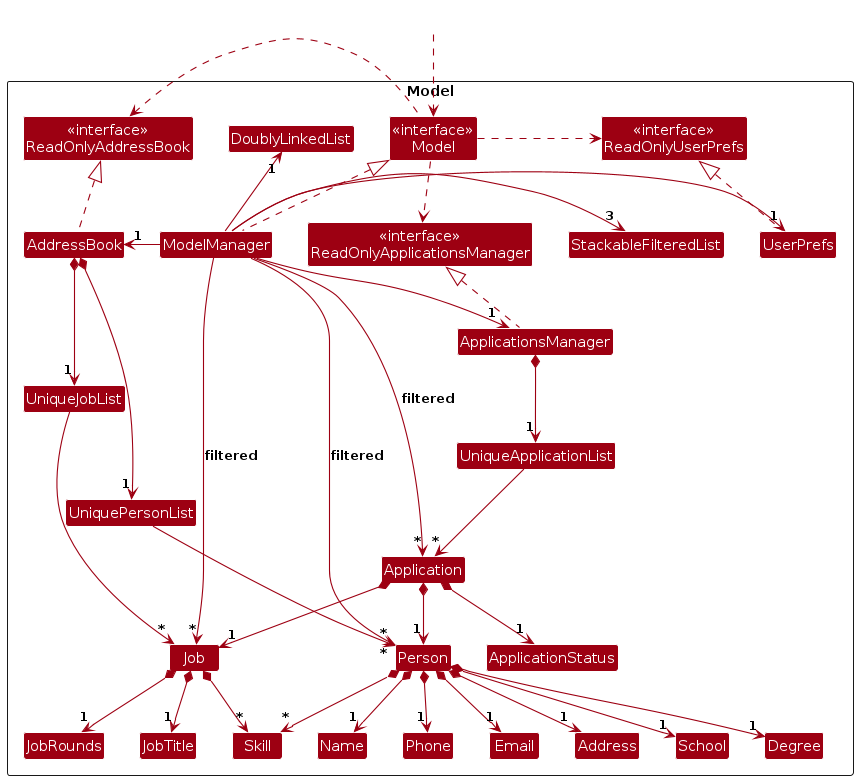
Earlier version of the PlantUML export diagrams/ModelClassDiagram.png (Mingyuan03/tp). Its source is kept beside it as diagrams/ModelClassDiagram.puml. Source of this version:
```plantuml
@startuml
!include style.puml
skinparam arrowThickness 1.1
skinparam arrowColor MODEL_COLOR
skinparam classBackgroundColor MODEL_COLOR

Package Model as ModelPackage <<Rectangle>>{
    Class "<<interface>>\nReadOnlyAddressBook" as ReadOnlyAddressBook
    Class "<<interface>>\nReadOnlyApplicationsManager" as ReadOnlyApplicationsManager
    Class "<<interface>>\nReadOnlyUserPrefs" as ReadOnlyUserPrefs
    Class "<<interface>>\nModel" as Model

    Class AddressBook
    Class ApplicationsManager
    Class ModelManager
    Class UserPrefs

    Class DoublyLinkedList
    Class StackableFilteredList

    Class UniquePersonList
    Class Person
    Class Name
    Class Phone
    Class Email
    Class Address
    Class School
    Class Degree

    Class UniqueJobList
    Class Job
    Class JobTitle
    Class JobRounds

    Class UniqueApplicationList
    Class Application
    Class ApplicationStatus

    Class Skill

    AddressBook .up.|> ReadOnlyAddressBook
    ApplicationsManager .up.|> ReadOnlyApplicationsManager
    ModelManager .up.|> Model
    UserPrefs .up.|> ReadOnlyUserPrefs

    Model .right.> ReadOnlyUserPrefs
    Model .left.> ReadOnlyAddressBook
    Model .down.> ReadOnlyApplicationsManager

    ModelManager -left-> "1" AddressBook
    ModelManager -right-> "1" UserPrefs
    ModelManager -down-> "1" ApplicationsManager
    ModelManager -up-> "1" DoublyLinkedList
    ModelManager -right-> "3" StackableFilteredList

    AddressBook *--> "1" UniquePersonList
    AddressBook *--> "1" UniqueJobList
    UniquePersonList --> "*" Person
    UniqueJobList --> "*" Job

    ApplicationsManager *--> "1" UniqueApplicationList
    UniqueApplicationList --> "*" Application

    Person *--> "1" Name
    Person *--> "1" Phone
    Person *--> "1" Email
    Person *--> "1" Address
    Person *--> "1" School
    Person *--> "1" Degree
    Person *--> "*" Skill

    Job *--> "1" JobTitle
    Job *--> "1" JobRounds
    Job *--> "*" Skill

    Application *--> "1" Person
    Application *--> "1" Job
    Application *--> "1" ApplicationStatus

    ModelManager --> "*" Person : filtered
    ModelManager --> "*" Job : filtered
    ModelManager --> "*" Application : filtered

    Name -[hidden]right-> Phone
    Phone -[hidden]right-> Email
    Email -[hidden]right-> Address
    School -[hidden]right-> Degree
}

Class HiddenOutside #FFFFFF
HiddenOutside ..> Model
@enduml
```
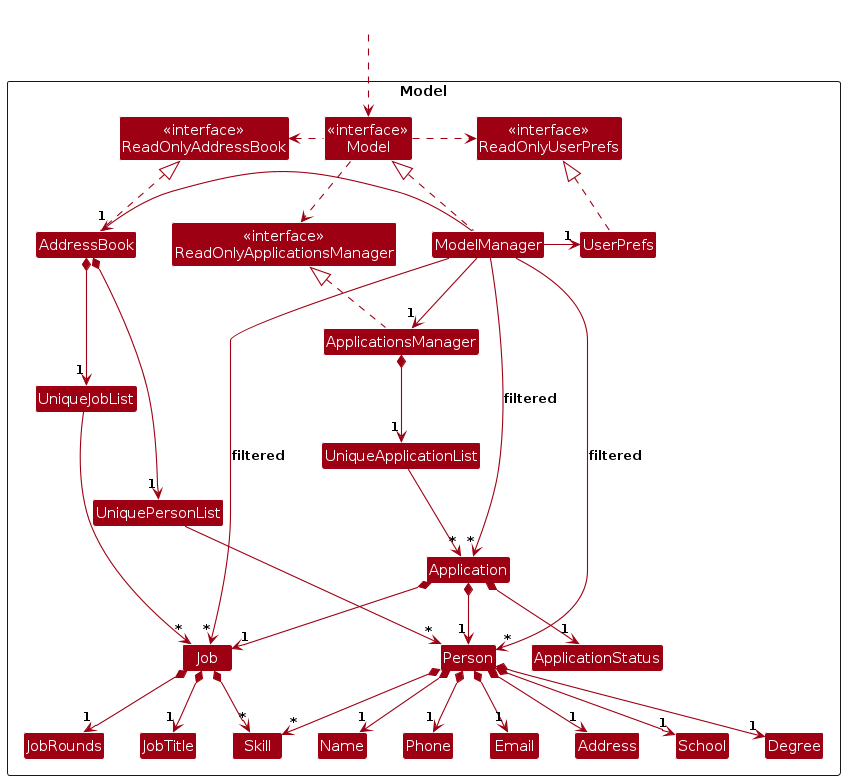
The same diagram one commit later.

Diff of the diagram source:
```diff
@@ -14,9 +14,6 @@
     Class ApplicationsManager
     Class ModelManager
     Class UserPrefs
-
-    Class DoublyLinkedList
-    Class StackableFilteredList
 
     Class UniquePersonList
     Class Person
@@ -50,8 +47,6 @@
     ModelManager -left-> "1" AddressBook
     ModelManager -right-> "1" UserPrefs
     ModelManager -down-> "1" ApplicationsManager
-    ModelManager -up-> "1" DoublyLinkedList
-    ModelManager -right-> "3" StackableFilteredList
 
     AddressBook *--> "1" UniquePersonList
     AddressBook *--> "1" UniqueJobList
```
